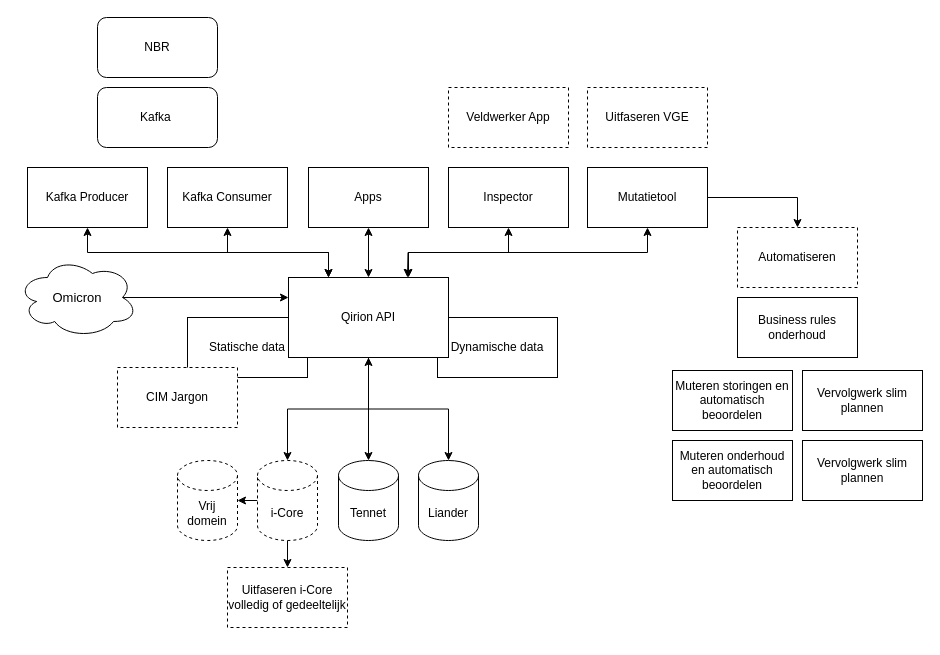
Earlier version of the draw.io diagram page "Mogelijkheden" (4 of 7) of staticWeb/Untitled Diagram.drawio (eleemans/react2022). Source tidied: cells renumbered, new cells numbered last; positions are measured from the earlier drawing's top-left corner, leaving out a move shared by most shapes. Both pictures are drawn from the tidied source at 100%, with x=0, y=0 at pixel (17, 17).
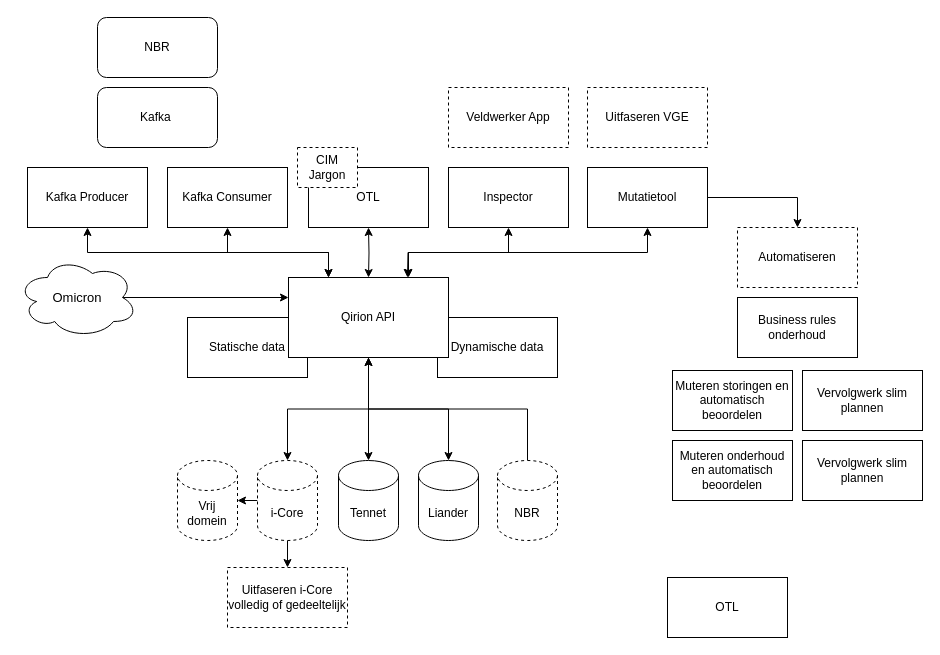
Above is the later version.

The change refers to these unchanged cells:
```xml
<mxCell id="26" value="Qirion API" style="rounded=0;whiteSpace=wrap;html=1;" parent="1" vertex="1">
  <mxGeometry x="271" y="260" width="160" height="80" as="geometry" />
</mxCell>
```

Diff of the diagram source:
```diff
@@
-    <mxCell id="17" style="edgeStyle=orthogonalEdgeStyle;rounded=0;jettySize=auto;html=1;exitX=0.5;exitY=1;exitDx=0;exitDy=0;entryX=0.5;entryY=0;entryDx=0;entryDy=0;startArrow=classic;startFill=1;" parent="1" edge="1" source="18" target="26">
-      <mxGeometry relative="1" as="geometry" />
+    <mxCell id="17" style="edgeStyle=orthogonalEdgeStyle;rounded=0;jettySize=auto;html=1;exitX=0.5;exitY=1;exitDx=0;exitDy=0;entryX=0.5;entryY=0;entryDx=0;entryDy=0;startArrow=classic;startFill=1;" parent="1" edge="1" target="26">
+      <mxGeometry relative="1" as="geometry">
+        <mxPoint x="351" y="210" as="sourcePoint" />
+      </mxGeometry>
     </mxCell>
-    <mxCell id="18" value="Apps" style="rounded=0;whiteSpace=wrap;html=1;" parent="1" vertex="1">
-      <mxGeometry x="291" y="150" width="120" height="60" as="geometry" />
-    </mxCell>
@@
-    <mxCell id="35" value="CIM Jargon" style="rounded=0;whiteSpace=wrap;html=1;dashed=1;" parent="1" vertex="1">
-      <mxGeometry x="100" y="350" width="120" height="60" as="geometry" />
-    </mxCell>
@@
+    <mxCell id="39" style="edgeStyle=orthogonalEdgeStyle;rounded=0;jettySize=auto;html=1;exitX=0.5;exitY=0;exitDx=0;exitDy=0;exitPerimeter=0;entryX=0.5;entryY=1;entryDx=0;entryDy=0;" parent="1" edge="1" source="40" target="26">
+      <mxGeometry relative="1" as="geometry" />
+    </mxCell>
+    <mxCell id="40" value="NBR" style="shape=cylinder3;whiteSpace=wrap;html=1;boundedLbl=1;backgroundOutline=1;size=15;dashed=1;" parent="1" vertex="1">
+      <mxGeometry x="480" y="443" width="60" height="80" as="geometry" />
+    </mxCell>
+    <mxCell id="41" value="OTL" style="rounded=0;whiteSpace=wrap;html=1;" parent="1" vertex="1">
+      <mxGeometry x="291" y="150" width="120" height="60" as="geometry" />
+    </mxCell>
+    <mxCell id="42" value="OTL" style="rounded=0;whiteSpace=wrap;html=1;" parent="1" vertex="1">
+      <mxGeometry x="650" y="560" width="120" height="60" as="geometry" />
+    </mxCell>
+    <mxCell id="35" value="CIM Jargon" style="rounded=0;whiteSpace=wrap;html=1;dashed=1;" parent="1" vertex="1">
+      <mxGeometry x="280" y="130" width="60" height="40" as="geometry" />
+    </mxCell>
```
